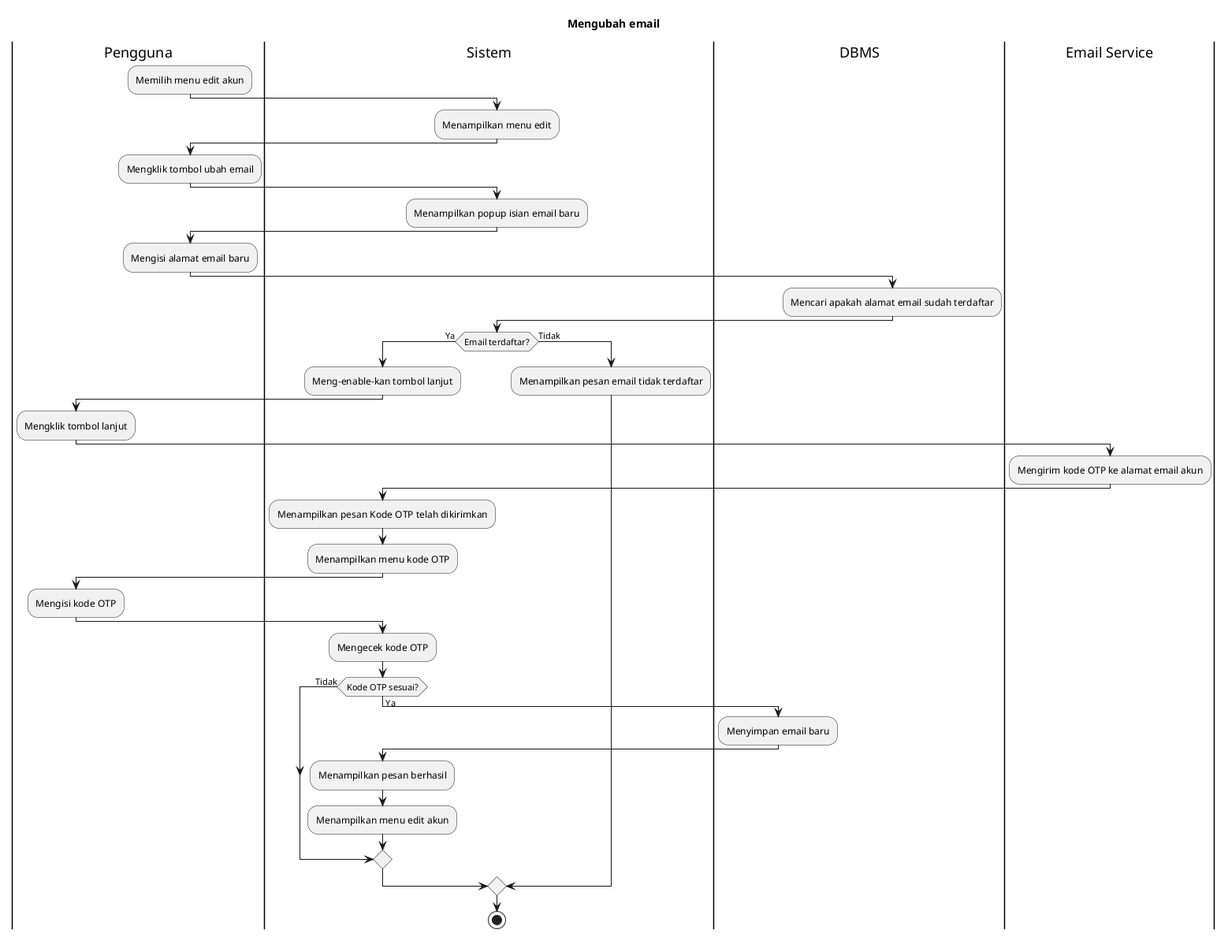
bagusNA/appl-diagrams keeps this PlantUML diagram as export/Activity Diagrams/UC-MGACCOUNT - Manajemen Akun/UC-MGACCOUNT-002 - Mengubah email.png. Above is the earlier version. Source of this version:
```plantuml
@startuml
title Mengubah email

|Pengguna|
:Memilih menu edit akun;

|Sistem|
:Menampilkan menu edit;

|Pengguna|
:Mengklik tombol ubah email;

|Sistem|
:Menampilkan popup isian email baru;

|Pengguna|
:Mengisi alamat email baru;

|DBMS|
:Mencari apakah alamat email sudah terdaftar;

|Sistem|
if (Email terdaftar?) then (Ya)
  :Meng-enable-kan tombol lanjut;

  |Pengguna|
  :Mengklik tombol lanjut;

  |Email Service|
  :Mengirim kode OTP ke alamat email akun;

  |Sistem|
  :Menampilkan pesan Kode OTP telah dikirimkan;
  :Menampilkan menu kode OTP;

  |Pengguna|
  :Mengisi kode OTP;

  |Sistem|
  :Mengecek kode OTP;

  if (Kode OTP sesuai?) then (Tidak)
  else (Ya)
    |DBMS|
    :Menyimpan email baru;

    |Sistem|
    :Menampilkan pesan berhasil;
    :Menampilkan menu edit akun;
  endif
else (Tidak)
  :Menampilkan pesan email tidak terdaftar;
endif

stop
@enduml
```
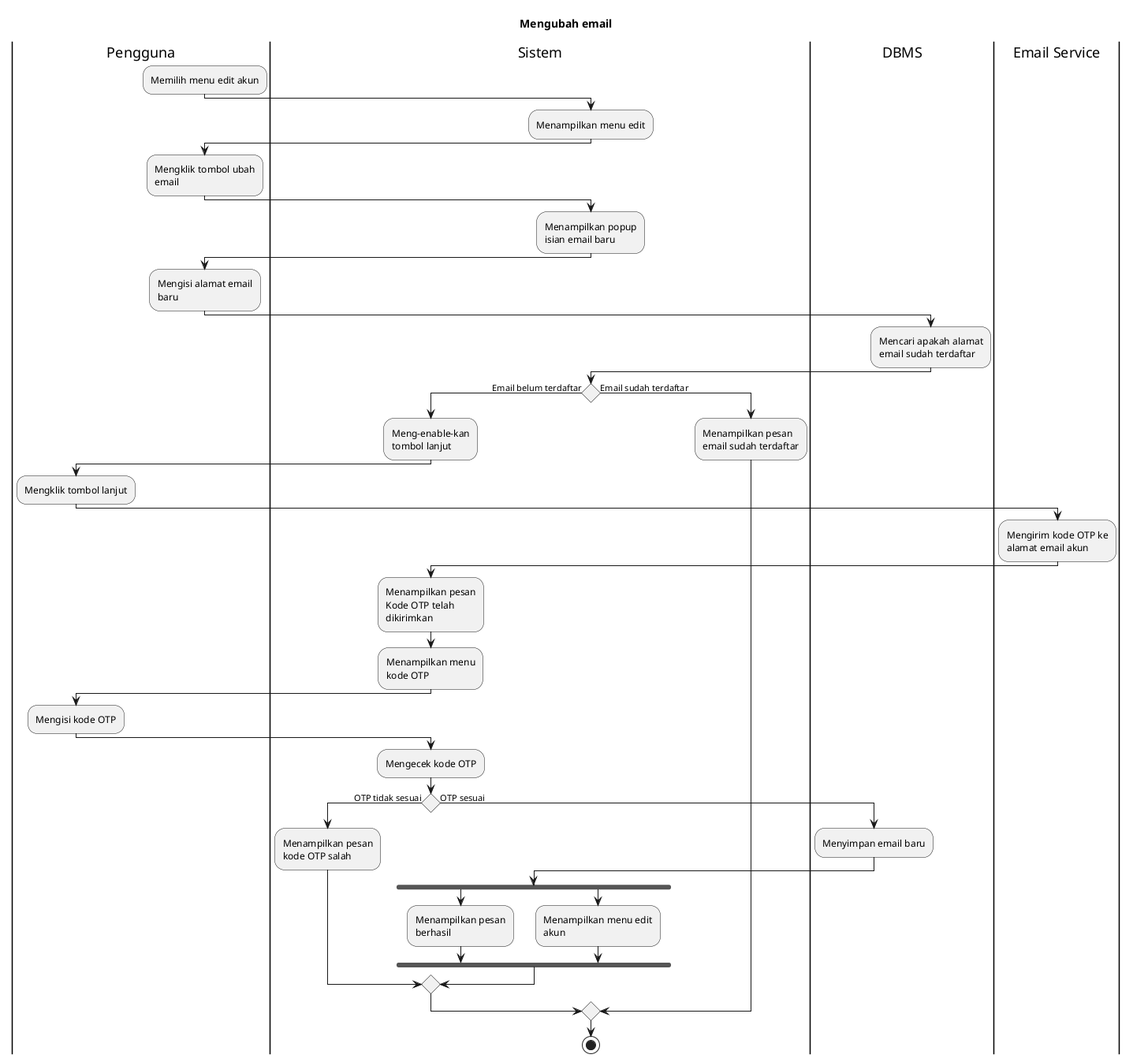
The same file after the commit.

Change to the diagram source:
```diff
@@ -1,6 +1,7 @@
 @startuml
+skinparam wrapWidth 140
+
 title Mengubah email
-
 |Pengguna|
 :Memilih menu edit akun;
 
@@ -20,7 +21,7 @@
 :Mencari apakah alamat email sudah terdaftar;
 
 |Sistem|
-if (Email terdaftar?) then (Ya)
+if () then (Email belum terdaftar)
   :Meng-enable-kan tombol lanjut;
 
   |Pengguna|
@@ -39,17 +40,21 @@
   |Sistem|
   :Mengecek kode OTP;
 
-  if (Kode OTP sesuai?) then (Tidak)
-  else (Ya)
+  if () then (OTP tidak sesuai)
+    :Menampilkan pesan kode OTP salah;
+  else (OTP sesuai)
     |DBMS|
     :Menyimpan email baru;
 
     |Sistem|
-    :Menampilkan pesan berhasil;
-    :Menampilkan menu edit akun;
+    fork
+      :Menampilkan pesan berhasil;
+    fork again
+      :Menampilkan menu edit akun;
+    endfork
   endif
-else (Tidak)
-  :Menampilkan pesan email tidak terdaftar;
+else (Email sudah terdaftar)
+  :Menampilkan pesan email sudah terdaftar;
 endif
 
 stop
```
